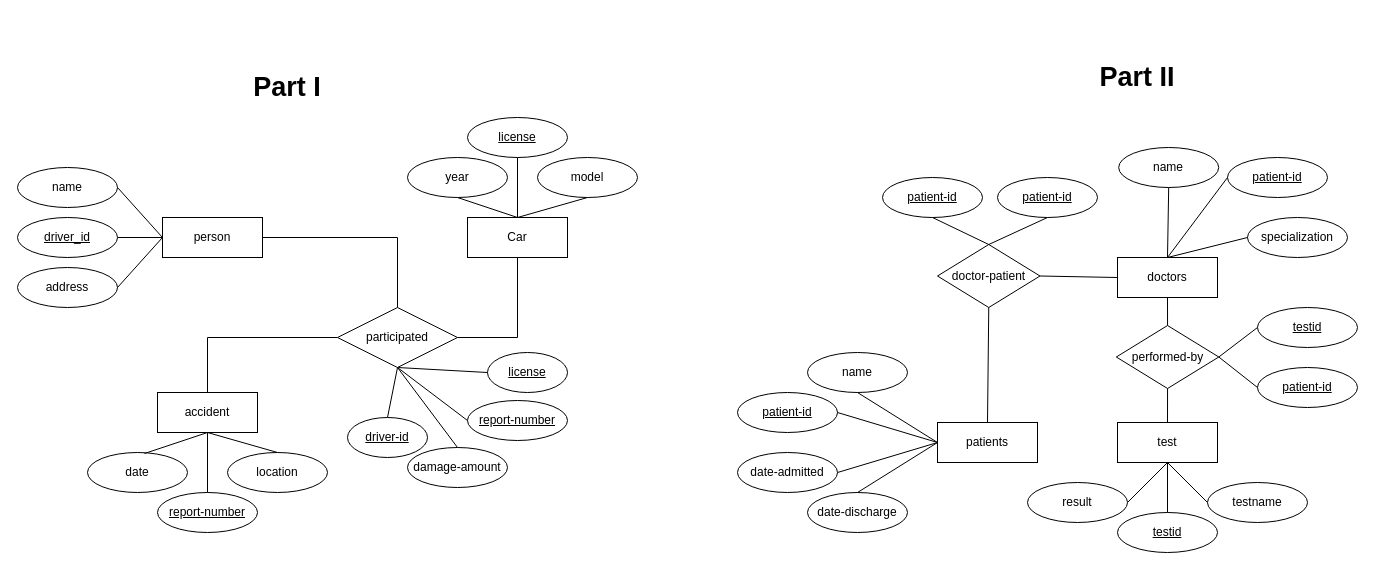
The draw.io diagram Module-Excercise-4.drawio in Lanxxxe/Apartment-Watch, before the edit. Source tidied: cells renumbered, new cells numbered last; positions are measured from the earlier drawing's top-left corner, leaving out a move shared by most shapes. Both pictures are drawn from the tidied source at 100%, with x=0, y=0 at pixel (17, 57).
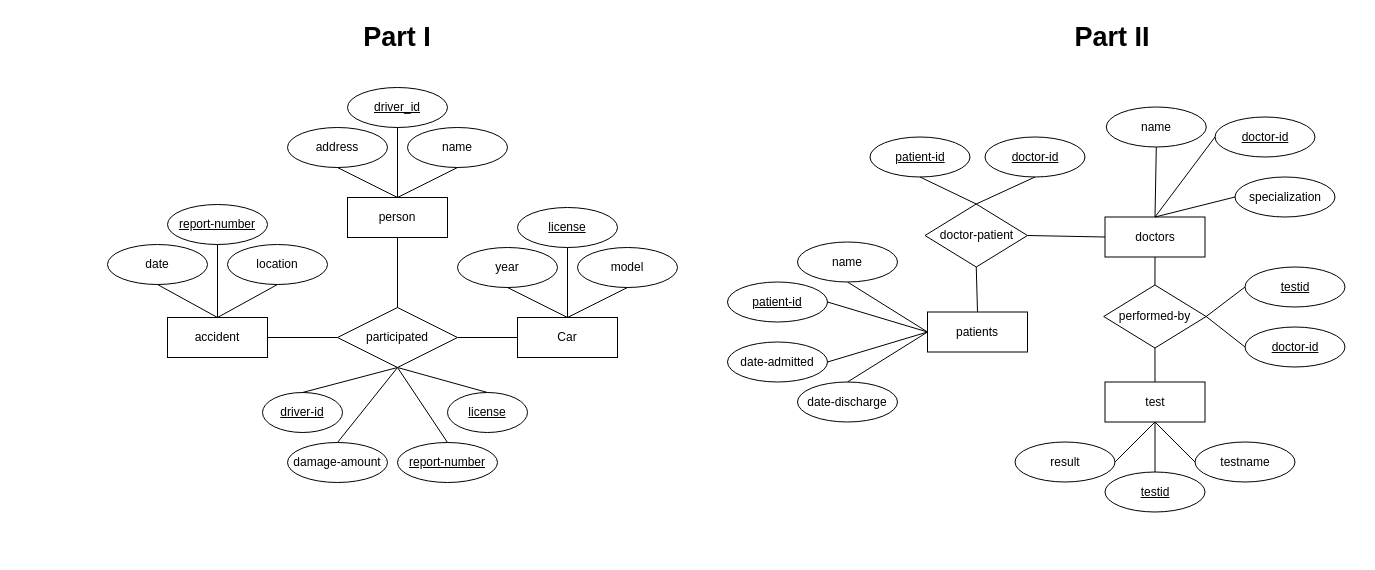
After the change.

Unchanged cells that the change refers to:
```xml
<mxCell id="56" value="participated" style="shape=rhombus;perimeter=rhombusPerimeter;whiteSpace=wrap;html=1;align=center;" parent="1" vertex="1">
  <mxGeometry x="320" y="250" width="120" height="60" as="geometry" />
</mxCell>
```

The edit, as a diff of the source:
```diff
@@
     <mxCell id="2" value="person" style="whiteSpace=wrap;html=1;align=center;" parent="1" vertex="1">
-      <mxGeometry x="145" y="160" width="100" height="40" as="geometry" />
+      <mxGeometry x="330" y="140" width="100" height="40" as="geometry" />
     </mxCell>
     <mxCell id="3" value="driver_id" style="ellipse;whiteSpace=wrap;html=1;align=center;fontStyle=4;" parent="1" vertex="1">
-      <mxGeometry y="160" width="100" height="40" as="geometry" />
+      <mxGeometry x="330" y="30" width="100" height="40" as="geometry" />
     </mxCell>
-    <mxCell id="4" style="endArrow=none;html=1;rounded=0;entryX=1;entryY=0.5;entryDx=0;entryDy=0;exitX=0;exitY=0.5;exitDx=0;exitDy=0;" parent="1" edge="1" source="2" target="3">
+    <mxCell id="4" style="endArrow=none;html=1;rounded=0;entryX=0.5;entryY=1;entryDx=0;entryDy=0;exitX=0.5;exitY=0;exitDx=0;exitDy=0;" parent="1" edge="1" source="2" target="3">
       <mxGeometry relative="1" as="geometry" />
     </mxCell>
     <mxCell id="5" value="name" style="ellipse;whiteSpace=wrap;html=1;align=center;" parent="1" vertex="1">
-      <mxGeometry y="110" width="100" height="40" as="geometry" />
+      <mxGeometry x="390" y="70" width="100" height="40" as="geometry" />
     </mxCell>
-    <mxCell id="6" style="endArrow=none;html=1;rounded=0;entryX=1;entryY=0.5;entryDx=0;entryDy=0;exitX=0;exitY=0.5;exitDx=0;exitDy=0;" parent="1" edge="1" source="2" target="5">
+    <mxCell id="6" style="endArrow=none;html=1;rounded=0;exitX=0.5;exitY=0;exitDx=0;exitDy=0;entryX=0.5;entryY=1;entryDx=0;entryDy=0;" parent="1" edge="1" source="2" target="5">
       <mxGeometry relative="1" as="geometry" />
     </mxCell>
     <mxCell id="7" value="address" style="ellipse;whiteSpace=wrap;html=1;align=center;" parent="1" vertex="1">
-      <mxGeometry y="210" width="100" height="40" as="geometry" />
+      <mxGeometry x="270" y="70" width="100" height="40" as="geometry" />
     </mxCell>
     <mxCell id="8" value="Car" style="whiteSpace=wrap;html=1;align=center;" parent="1" vertex="1">
-      <mxGeometry x="450" y="160" width="100" height="40" as="geometry" />
+      <mxGeometry x="500" y="260" width="100" height="40" as="geometry" />
     </mxCell>
-    <mxCell id="9" style="endArrow=none;html=1;rounded=0;entryX=1;entryY=0.5;entryDx=0;entryDy=0;exitX=0;exitY=0.5;exitDx=0;exitDy=0;" parent="1" edge="1" source="2" target="7">
+    <mxCell id="9" style="endArrow=none;html=1;rounded=0;entryX=0.5;entryY=1;entryDx=0;entryDy=0;exitX=0.5;exitY=0;exitDx=0;exitDy=0;" parent="1" edge="1" source="2" target="7">
       <mxGeometry relative="1" as="geometry" />
     </mxCell>
     <mxCell id="10" value="year" style="ellipse;whiteSpace=wrap;html=1;align=center;" parent="1" vertex="1">
-      <mxGeometry x="390" y="100" width="100" height="40" as="geometry" />
+      <mxGeometry x="440" y="190" width="100" height="40" as="geometry" />
     </mxCell>
@@
     <mxCell id="12" value="model" style="ellipse;whiteSpace=wrap;html=1;align=center;" parent="1" vertex="1">
-      <mxGeometry x="520" y="100" width="100" height="40" as="geometry" />
+      <mxGeometry x="560" y="190" width="100" height="40" as="geometry" />
     </mxCell>
     <mxCell id="13" value="license" style="ellipse;whiteSpace=wrap;html=1;align=center;fontStyle=4;" parent="1" vertex="1">
-      <mxGeometry x="450" y="60" width="100" height="40" as="geometry" />
+      <mxGeometry x="500" y="150" width="100" height="40" as="geometry" />
     </mxCell>
@@
     <mxCell id="16" value="accident" style="whiteSpace=wrap;html=1;align=center;" parent="1" vertex="1">
-      <mxGeometry x="140" y="335" width="100" height="40" as="geometry" />
+      <mxGeometry x="150" y="260" width="100" height="40" as="geometry" />
     </mxCell>
     <mxCell id="17" value="date" style="ellipse;whiteSpace=wrap;html=1;align=center;" parent="1" vertex="1">
-      <mxGeometry x="70" y="395" width="100" height="40" as="geometry" />
+      <mxGeometry x="90" y="187" width="100" height="40" as="geometry" />
     </mxCell>
     <mxCell id="18" value="location" style="ellipse;whiteSpace=wrap;html=1;align=center;" parent="1" vertex="1">
-      <mxGeometry x="210" y="395" width="100" height="40" as="geometry" />
+      <mxGeometry x="210" y="187" width="100" height="40" as="geometry" />
     </mxCell>
     <mxCell id="19" value="report-number" style="ellipse;whiteSpace=wrap;html=1;align=center;fontStyle=4;" parent="1" vertex="1">
-      <mxGeometry x="140" y="435" width="100" height="40" as="geometry" />
+      <mxGeometry x="150" y="147" width="100" height="40" as="geometry" />
     </mxCell>
-    <mxCell id="20" style="endArrow=none;html=1;rounded=0;entryX=0.57;entryY=0.025;entryDx=0;entryDy=0;exitX=0.5;exitY=1;exitDx=0;exitDy=0;entryPerimeter=0;" parent="1" edge="1" source="16" target="17">
+    <mxCell id="20" style="endArrow=none;html=1;rounded=0;entryX=0.5;entryY=1;entryDx=0;entryDy=0;exitX=0.5;exitY=0;exitDx=0;exitDy=0;" parent="1" edge="1" source="16" target="17">
       <mxGeometry relative="1" as="geometry" />
     </mxCell>
-    <mxCell id="21" style="endArrow=none;html=1;rounded=0;entryX=0.5;entryY=0;entryDx=0;entryDy=0;exitX=0.5;exitY=1;exitDx=0;exitDy=0;" parent="1" edge="1" source="16" target="19">
+    <mxCell id="21" style="endArrow=none;html=1;rounded=0;entryX=0.5;entryY=1;entryDx=0;entryDy=0;exitX=0.5;exitY=0;exitDx=0;exitDy=0;" parent="1" edge="1" source="16" target="19">
       <mxGeometry relative="1" as="geometry" />
     </mxCell>
-    <mxCell id="22" style="endArrow=none;html=1;rounded=0;entryX=0.5;entryY=0;entryDx=0;entryDy=0;exitX=0.5;exitY=1;exitDx=0;exitDy=0;" parent="1" edge="1" source="16" target="18">
+    <mxCell id="22" style="endArrow=none;html=1;rounded=0;entryX=0.5;entryY=1;entryDx=0;entryDy=0;exitX=0.5;exitY=0;exitDx=0;exitDy=0;" parent="1" edge="1" source="16" target="18">
       <mxGeometry relative="1" as="geometry" />
     </mxCell>
     <mxCell id="23" value="damage-amount" style="ellipse;whiteSpace=wrap;html=1;align=center;" parent="1" vertex="1">
-      <mxGeometry x="390" y="390" width="100" height="40" as="geometry" />
+      <mxGeometry x="270" y="385" width="100" height="40" as="geometry" />
     </mxCell>
     <mxCell id="24" value="driver-id" style="ellipse;whiteSpace=wrap;html=1;align=center;fontStyle=4;" parent="1" vertex="1">
-      <mxGeometry x="330" y="360" width="80" height="40" as="geometry" />
+      <mxGeometry x="245" y="335" width="80" height="40" as="geometry" />
     </mxCell>
     <mxCell id="25" value="license" style="ellipse;whiteSpace=wrap;html=1;align=center;fontStyle=4;" parent="1" vertex="1">
-      <mxGeometry x="470" y="295" width="80" height="40" as="geometry" />
+      <mxGeometry x="430" y="335" width="80" height="40" as="geometry" />
     </mxCell>
     <mxCell id="26" value="report-number" style="ellipse;whiteSpace=wrap;html=1;align=center;fontStyle=4;" parent="1" vertex="1">
-      <mxGeometry x="450" y="343" width="100" height="40" as="geometry" />
+      <mxGeometry x="380" y="385" width="100" height="40" as="geometry" />
     </mxCell>
@@
-    <mxCell id="28" style="endArrow=none;html=1;rounded=0;entryX=0.5;entryY=1;entryDx=0;entryDy=0;exitX=0;exitY=0.5;exitDx=0;exitDy=0;" parent="1" edge="1" source="25" target="56">
+    <mxCell id="28" style="endArrow=none;html=1;rounded=0;entryX=0.5;entryY=1;entryDx=0;entryDy=0;exitX=0.5;exitY=0;exitDx=0;exitDy=0;" parent="1" edge="1" source="25" target="56">
       <mxGeometry relative="1" as="geometry" />
     </mxCell>
-    <mxCell id="29" style="endArrow=none;html=1;rounded=0;entryX=0.5;entryY=1;entryDx=0;entryDy=0;exitX=0;exitY=0.5;exitDx=0;exitDy=0;" parent="1" edge="1" source="26" target="56">
+    <mxCell id="29" style="endArrow=none;html=1;rounded=0;entryX=0.5;entryY=1;entryDx=0;entryDy=0;exitX=0.5;exitY=0;exitDx=0;exitDy=0;" parent="1" edge="1" source="26" target="56">
       <mxGeometry relative="1" as="geometry" />
     </mxCell>
@@
     <mxCell id="31" value="&lt;font style=&quot;font-size: 27px;&quot;&gt;&lt;b&gt;Part I&lt;/b&gt;&lt;/font&gt;" style="text;html=1;align=center;verticalAlign=middle;whiteSpace=wrap;rounded=0;" parent="1" vertex="1">
-      <mxGeometry x="210" y="10" width="120" height="40" as="geometry" />
+      <mxGeometry x="320" y="-40.5" width="120" height="40" as="geometry" />
     </mxCell>
     <mxCell id="32" value="&lt;font style=&quot;font-size: 27px;&quot;&gt;&lt;b&gt;Part II&lt;/b&gt;&lt;/font&gt;" style="text;html=1;align=center;verticalAlign=middle;whiteSpace=wrap;rounded=0;" parent="1" vertex="1">
-      <mxGeometry x="1060" width="120" height="40" as="geometry" />
+      <mxGeometry x="1035" y="-40.5" width="120" height="40" as="geometry" />
     </mxCell>
     <mxCell id="33" value="patients" style="whiteSpace=wrap;html=1;align=center;" parent="1" vertex="1">
-      <mxGeometry x="920" y="365" width="100" height="40" as="geometry" />
+      <mxGeometry x="910" y="254.5" width="100" height="40" as="geometry" />
     </mxCell>
     <mxCell id="34" value="patient-id" style="ellipse;whiteSpace=wrap;html=1;align=center;fontStyle=4;" parent="1" vertex="1">
-      <mxGeometry x="720" y="335" width="100" height="40" as="geometry" />
+      <mxGeometry x="710" y="224.5" width="100" height="40" as="geometry" />
     </mxCell>
     <mxCell id="35" value="name" style="ellipse;whiteSpace=wrap;html=1;align=center;" parent="1" vertex="1">
-      <mxGeometry x="790" y="295" width="100" height="40" as="geometry" />
+      <mxGeometry x="780" y="184.5" width="100" height="40" as="geometry" />
     </mxCell>
     <mxCell id="36" value="date-admitted" style="ellipse;whiteSpace=wrap;html=1;align=center;" parent="1" vertex="1">
-      <mxGeometry x="720" y="395" width="100" height="40" as="geometry" />
+      <mxGeometry x="710" y="284.5" width="100" height="40" as="geometry" />
     </mxCell>
     <mxCell id="37" value="date-discharge" style="ellipse;whiteSpace=wrap;html=1;align=center;" parent="1" vertex="1">
-      <mxGeometry x="790" y="435" width="100" height="40" as="geometry" />
+      <mxGeometry x="780" y="324.5" width="100" height="40" as="geometry" />
     </mxCell>
@@
     <mxCell id="42" value="doctors" style="whiteSpace=wrap;html=1;align=center;" parent="1" vertex="1">
-      <mxGeometry x="1100" y="200" width="100" height="40" as="geometry" />
+      <mxGeometry x="1087.5" y="159.5" width="100" height="40" as="geometry" />
     </mxCell>
     <mxCell id="43" value="name" style="ellipse;whiteSpace=wrap;html=1;align=center;" parent="1" vertex="1">
-      <mxGeometry x="1101.2" y="90" width="100" height="40" as="geometry" />
+      <mxGeometry x="1088.8" y="49.5" width="100" height="40" as="geometry" />
     </mxCell>
     <mxCell id="44" value="specialization" style="ellipse;whiteSpace=wrap;html=1;align=center;" parent="1" vertex="1">
-      <mxGeometry x="1230" y="160" width="100" height="40" as="geometry" />
+      <mxGeometry x="1217.5" y="119.5" width="100" height="40" as="geometry" />
     </mxCell>
-    <mxCell id="45" value="patient-id" style="ellipse;whiteSpace=wrap;html=1;align=center;fontStyle=4;" parent="1" vertex="1">
-      <mxGeometry x="1210" y="100" width="100" height="40" as="geometry" />
+    <mxCell id="45" value="doctor-id" style="ellipse;whiteSpace=wrap;html=1;align=center;fontStyle=4;" parent="1" vertex="1">
+      <mxGeometry x="1197.5" y="59.5" width="100" height="40" as="geometry" />
     </mxCell>
@@
     <mxCell id="49" value="test" style="whiteSpace=wrap;html=1;align=center;" parent="1" vertex="1">
-      <mxGeometry x="1100" y="365" width="100" height="40" as="geometry" />
+      <mxGeometry x="1087.5" y="324.5" width="100" height="40" as="geometry" />
     </mxCell>
     <mxCell id="50" value="testname" style="ellipse;whiteSpace=wrap;html=1;align=center;" parent="1" vertex="1">
-      <mxGeometry x="1190" y="425" width="100" height="40" as="geometry" />
+      <mxGeometry x="1177.5" y="384.5" width="100" height="40" as="geometry" />
     </mxCell>
     <mxCell id="51" value="testid" style="ellipse;whiteSpace=wrap;html=1;align=center;fontStyle=4;" parent="1" vertex="1">
-      <mxGeometry x="1100" y="455" width="100" height="40" as="geometry" />
+      <mxGeometry x="1087.5" y="414.5" width="100" height="40" as="geometry" />
     </mxCell>
     <mxCell id="52" value="result" style="ellipse;whiteSpace=wrap;html=1;align=center;" parent="1" vertex="1">
-      <mxGeometry x="1010" y="425" width="100" height="40" as="geometry" />
+      <mxGeometry x="997.5" y="384.5" width="100" height="40" as="geometry" />
     </mxCell>
@@
-    <mxCell id="57" style="endArrow=none;html=1;rounded=0;exitX=1;exitY=0.5;exitDx=0;exitDy=0;entryX=0.5;entryY=0;entryDx=0;entryDy=0;" parent="1" edge="1" source="2" target="56">
-      <mxGeometry relative="1" as="geometry">
-        <Array as="points">
-          <mxPoint x="380" y="180" />
-        </Array>
-      </mxGeometry>
+    <mxCell id="57" style="endArrow=none;html=1;rounded=0;exitX=0.5;exitY=1;exitDx=0;exitDy=0;entryX=0.5;entryY=0;entryDx=0;entryDy=0;" parent="1" edge="1" source="2" target="56">
+      <mxGeometry relative="1" as="geometry" />
     </mxCell>
-    <mxCell id="58" style="endArrow=none;html=1;rounded=0;entryX=0;entryY=0.5;entryDx=0;entryDy=0;exitX=0.5;exitY=0;exitDx=0;exitDy=0;" parent="1" edge="1" source="16" target="56">
-      <mxGeometry relative="1" as="geometry">
-        <Array as="points">
-          <mxPoint x="190" y="280" />
-        </Array>
-      </mxGeometry>
+    <mxCell id="58" style="endArrow=none;html=1;rounded=0;entryX=0;entryY=0.5;entryDx=0;entryDy=0;exitX=1;exitY=0.5;exitDx=0;exitDy=0;" parent="1" edge="1" source="16" target="56">
+      <mxGeometry relative="1" as="geometry" />
     </mxCell>
-    <mxCell id="59" style="endArrow=none;html=1;rounded=0;entryX=0.5;entryY=1;entryDx=0;entryDy=0;exitX=1;exitY=0.5;exitDx=0;exitDy=0;" parent="1" edge="1" source="56" target="8">
-      <mxGeometry relative="1" as="geometry">
-        <Array as="points">
-          <mxPoint x="500" y="280" />
-        </Array>
-      </mxGeometry>
+    <mxCell id="59" style="endArrow=none;html=1;rounded=0;entryX=0;entryY=0.5;entryDx=0;entryDy=0;exitX=1;exitY=0.5;exitDx=0;exitDy=0;" parent="1" edge="1" source="56" target="8">
+      <mxGeometry relative="1" as="geometry" />
     </mxCell>
     <mxCell id="60" value="performed-by" style="shape=rhombus;perimeter=rhombusPerimeter;whiteSpace=wrap;html=1;align=center;" parent="1" vertex="1">
-      <mxGeometry x="1098.8" y="268" width="102.5" height="63" as="geometry" />
+      <mxGeometry x="1086.2" y="227.5" width="102.5" height="63" as="geometry" />
     </mxCell>
@@
     <mxCell id="63" value="testid" style="ellipse;whiteSpace=wrap;html=1;align=center;fontStyle=4;" parent="1" vertex="1">
-      <mxGeometry x="1240" y="250" width="100" height="40" as="geometry" />
+      <mxGeometry x="1227.5" y="209.5" width="100" height="40" as="geometry" />
     </mxCell>
-    <mxCell id="64" value="patient-id" style="ellipse;whiteSpace=wrap;html=1;align=center;fontStyle=4;" parent="1" vertex="1">
-      <mxGeometry x="1240" y="310" width="100" height="40" as="geometry" />
+    <mxCell id="64" value="doctor-id" style="ellipse;whiteSpace=wrap;html=1;align=center;fontStyle=4;" parent="1" vertex="1">
+      <mxGeometry x="1227.5" y="269.5" width="100" height="40" as="geometry" />
     </mxCell>
@@
     <mxCell id="67" value="doctor-patient" style="shape=rhombus;perimeter=rhombusPerimeter;whiteSpace=wrap;html=1;align=center;" parent="1" vertex="1">
-      <mxGeometry x="920" y="187" width="102.5" height="63" as="geometry" />
+      <mxGeometry x="907.5" y="146.5" width="102.5" height="63" as="geometry" />
     </mxCell>
-    <mxCell id="68" value="patient-id" style="ellipse;whiteSpace=wrap;html=1;align=center;fontStyle=4;" parent="1" vertex="1">
-      <mxGeometry x="980" y="120" width="100" height="40" as="geometry" />
+    <mxCell id="68" value="doctor-id" style="ellipse;whiteSpace=wrap;html=1;align=center;fontStyle=4;" parent="1" vertex="1">
+      <mxGeometry x="967.5" y="79.5" width="100" height="40" as="geometry" />
     </mxCell>
     <mxCell id="69" value="patient-id" style="ellipse;whiteSpace=wrap;html=1;align=center;fontStyle=4;" parent="1" vertex="1">
-      <mxGeometry x="865" y="120" width="100" height="40" as="geometry" />
+      <mxGeometry x="852.5" y="79.5" width="100" height="40" as="geometry" />
     </mxCell>
```
